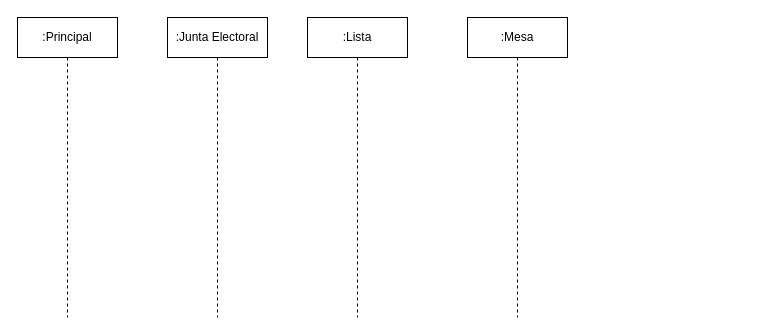
Luchit0-afk/Diagramas keeps this draw.io diagram as SistemaElectoral.drawio. Above is the earlier version. Source tidied: cells renumbered, new cells numbered last; positions are measured from the earlier drawing's top-left corner, leaving out a move shared by most shapes. Both pictures are drawn from the tidied source at 100%, with x=0, y=0 at pixel (17, 17).
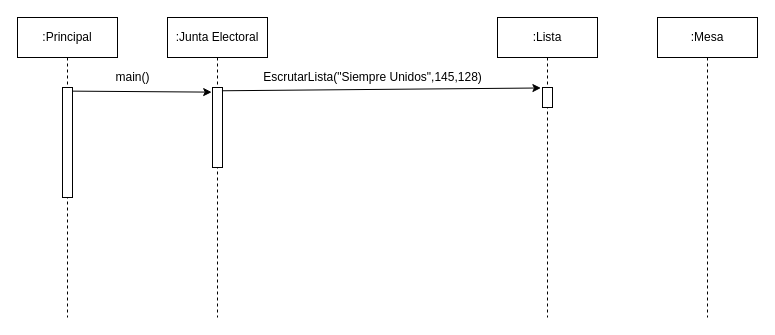
The same page after the edit.

Change to the diagram source:
```diff
@@
 <mxGraphModel>
   <root>
     <mxCell id="0" />
     <mxCell id="1" parent="0" />
     <mxCell id="2" value=":Principal" style="shape=umlLifeline;perimeter=lifelinePerimeter;whiteSpace=wrap;html=1;" parent="1" vertex="1">
       <mxGeometry width="100" height="300" as="geometry" />
     </mxCell>
+    <mxCell id="6" style="html=1;points=[];perimeter=orthogonalPerimeter;" parent="2" vertex="1">
+      <mxGeometry x="45" y="70" width="10" height="110" as="geometry" />
+    </mxCell>
     <mxCell id="3" value=":Lista" style="shape=umlLifeline;perimeter=lifelinePerimeter;whiteSpace=wrap;html=1;" parent="1" vertex="1">
-      <mxGeometry x="290" width="100" height="300" as="geometry" />
+      <mxGeometry x="480" width="100" height="300" as="geometry" />
     </mxCell>
+    <mxCell id="7" style="html=1;points=[];perimeter=orthogonalPerimeter;" parent="3" vertex="1">
+      <mxGeometry x="45" y="70" width="10" height="20" as="geometry" />
+    </mxCell>
     <mxCell id="4" value=":Mesa" style="shape=umlLifeline;perimeter=lifelinePerimeter;whiteSpace=wrap;html=1;" parent="1" vertex="1">
-      <mxGeometry x="450" width="100" height="300" as="geometry" />
+      <mxGeometry x="640" width="100" height="300" as="geometry" />
     </mxCell>
     <mxCell id="5" value=":Junta Electoral" style="shape=umlLifeline;perimeter=lifelinePerimeter;whiteSpace=wrap;html=1;" parent="1" vertex="1">
       <mxGeometry x="150" width="100" height="300" as="geometry" />
     </mxCell>
+    <mxCell id="8" style="html=1;points=[];perimeter=orthogonalPerimeter;" parent="5" vertex="1">
+      <mxGeometry x="45" y="70" width="10" height="80" as="geometry" />
+    </mxCell>
+    <mxCell id="9" style="endArrow=classic;html=1;exitX=0.95;exitY=0.033;exitDx=0;exitDy=0;exitPerimeter=0;entryX=-0.081;entryY=0.058;entryDx=0;entryDy=0;entryPerimeter=0;" parent="1" edge="1" source="6" target="8">
+      <mxGeometry relative="1" as="geometry" />
+    </mxCell>
+    <mxCell id="10" value="main()" style="text;html=1;align=center;verticalAlign=middle;strokeColor=none;" parent="1" vertex="1">
+      <mxGeometry x="90" y="50" width="50" height="20" as="geometry" />
+    </mxCell>
+    <mxCell id="11" style="endArrow=classic;html=1;exitX=0.945;exitY=0.041;exitDx=0;exitDy=0;exitPerimeter=0;entryX=-0.159;entryY=0.024;entryDx=0;entryDy=0;entryPerimeter=0;" parent="1" edge="1" source="8" target="7">
+      <mxGeometry relative="1" as="geometry" />
+    </mxCell>
+    <mxCell id="12" value="EscrutarLista(&quot;Siempre Unidos&quot;,145,128)" style="text;html=1;align=center;verticalAlign=middle;strokeColor=none;" parent="1" vertex="1">
+      <mxGeometry x="240" y="50" width="230" height="20" as="geometry" />
+    </mxCell>
   </root>
 </mxGraphModel>
```
